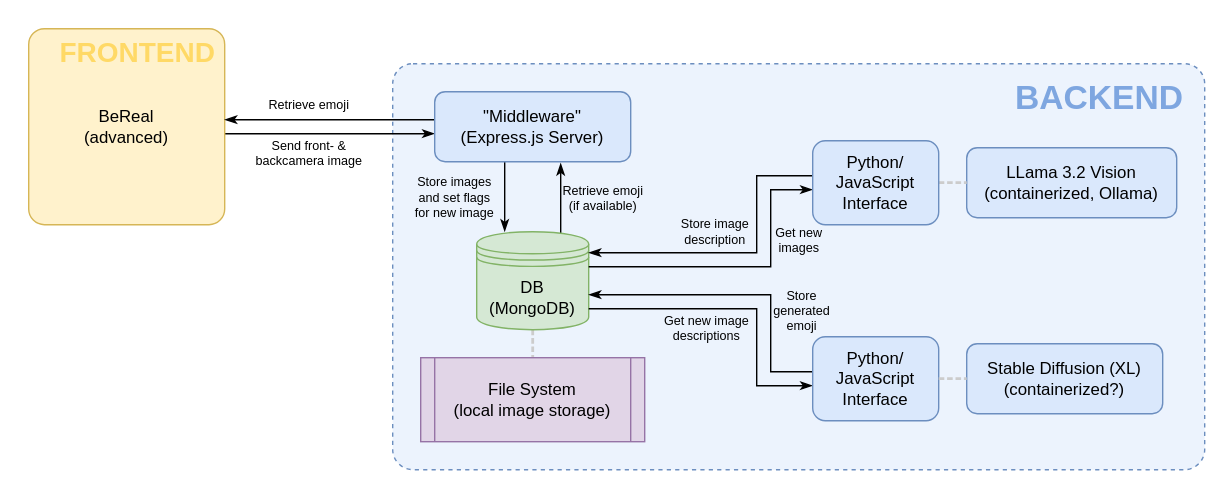
Earlier version of the draw.io export infrastructure.svg (Emotion2Emoji-LMU-ACP-WS24-25/Docker-Compose). Source tidied: cells renumbered, new cells last; positions are measured from the earlier drawing's top-left corner, leaving out a move shared by most shapes. Its diagram source:
```xml
<mxGraphModel>
  <root>
    <mxCell id="0" />
    <mxCell id="1" parent="0" />
    <mxCell id="2" style="rounded=0;whiteSpace=wrap;html=1;strokeColor=none;" parent="1" vertex="1">
      <mxGeometry width="880" height="355" as="geometry" />
    </mxCell>
    <mxCell id="3" style="rounded=1;whiteSpace=wrap;html=1;arcSize=5;fillColor=#dae8fc;strokeColor=#6c8ebf;dashed=1;glass=0;fillOpacity=50;" parent="1" vertex="1">
      <mxGeometry x="280" y="45" width="580" height="290" as="geometry" />
    </mxCell>
    <mxCell id="4" value="Send front- &amp;amp;&lt;br&gt;backcamera image" style="edgeStyle=orthogonalEdgeStyle;rounded=0;orthogonalLoop=1;jettySize=auto;html=1;endArrow=classicThin;endFill=1;fontSize=9;" parent="1" edge="1">
      <mxGeometry x="-0.2" y="-14" relative="1" as="geometry">
        <mxPoint x="160" y="95" as="sourcePoint" />
        <mxPoint x="310" y="95" as="targetPoint" />
      </mxGeometry>
    </mxCell>
    <mxCell id="5" value="BeReal&lt;br&gt;(advanced)" style="rounded=1;whiteSpace=wrap;html=1;fillColor=#fff2cc;strokeColor=#d6b656;arcSize=8;" parent="1" vertex="1">
      <mxGeometry x="20" y="20" width="140" height="140" as="geometry" />
    </mxCell>
    <mxCell id="6" value="&lt;div&gt;Store images&lt;/div&gt;&lt;div&gt;and set flags&lt;br&gt;for new image&lt;/div&gt;" style="edgeStyle=orthogonalEdgeStyle;rounded=0;orthogonalLoop=1;jettySize=auto;html=1;endArrow=classicThin;endFill=1;fontSize=9;labelBackgroundColor=none;" parent="1" edge="1">
      <mxGeometry x="0.04" y="-36" relative="1" as="geometry">
        <mxPoint x="360" y="115" as="sourcePoint" />
        <mxPoint x="360" y="165" as="targetPoint" />
      </mxGeometry>
    </mxCell>
    <mxCell id="7" style="edgeStyle=orthogonalEdgeStyle;rounded=0;jettySize=auto;html=1;endArrow=none;endFill=0;dashed=1;dashPattern=1 2;strokeWidth=2;jumpSize=6;strokeColor=#CCCCCC;" parent="1" edge="1" source="14" target="8">
      <mxGeometry relative="1" as="geometry" />
    </mxCell>
    <mxCell id="8" value="File System&lt;br&gt;(local image storage)" style="shape=process;whiteSpace=wrap;html=1;backgroundOutline=1;size=0.0625;fillColor=#e1d5e7;strokeColor=#9673a6;" parent="1" vertex="1">
      <mxGeometry x="300" y="255" width="160" height="60" as="geometry" />
    </mxCell>
    <mxCell id="9" value="&lt;div&gt;LLama 3.2 Vision&lt;/div&gt;&lt;div&gt;(containerized, Ollama)&lt;br&gt;&lt;/div&gt;" style="rounded=1;whiteSpace=wrap;html=1;fillColor=#dae8fc;strokeColor=#6c8ebf;" parent="1" vertex="1">
      <mxGeometry x="690" y="105" width="150" height="50" as="geometry" />
    </mxCell>
    <mxCell id="10" value="&lt;div&gt;Stable Diffusion (XL)&lt;br&gt;&lt;/div&gt;&lt;div&gt;(containerized?)&lt;br&gt;&lt;/div&gt;" style="rounded=1;whiteSpace=wrap;html=1;fillColor=#dae8fc;strokeColor=#6c8ebf;" parent="1" vertex="1">
      <mxGeometry x="690" y="245" width="140" height="50" as="geometry" />
    </mxCell>
    <mxCell id="11" value="Retrieve emoji" style="edgeStyle=orthogonalEdgeStyle;rounded=0;orthogonalLoop=1;jettySize=auto;html=1;endArrow=none;endFill=0;startArrow=classicThin;startFill=1;fontSize=9;" parent="1" edge="1">
      <mxGeometry x="-0.2" y="10" relative="1" as="geometry">
        <mxPoint x="160" y="85" as="sourcePoint" />
        <mxPoint x="310" y="85" as="targetPoint" />
      </mxGeometry>
    </mxCell>
    <mxCell id="12" value="Retrieve emoji&lt;br&gt;(if available)" style="edgeStyle=orthogonalEdgeStyle;rounded=0;orthogonalLoop=1;jettySize=auto;html=1;endArrow=none;endFill=0;startArrow=classicThin;startFill=1;fontSize=9;labelBackgroundColor=none;" parent="1" edge="1">
      <mxGeometry y="30" relative="1" as="geometry">
        <mxPoint x="400" y="116" as="sourcePoint" />
        <mxPoint x="400" y="166" as="targetPoint" />
      </mxGeometry>
    </mxCell>
    <mxCell id="13" value="&quot;Middleware&quot;&lt;br&gt;(Express.js Server)" style="rounded=1;whiteSpace=wrap;html=1;fillColor=#dae8fc;strokeColor=#6c8ebf;" parent="1" vertex="1">
      <mxGeometry x="310" y="65" width="140" height="50" as="geometry" />
    </mxCell>
    <mxCell id="14" value="&lt;div&gt;DB&lt;/div&gt;&lt;div&gt;(MongoDB)&lt;br&gt;&lt;/div&gt;" style="shape=datastore;whiteSpace=wrap;html=1;fillColor=#d5e8d4;strokeColor=#82b366;" parent="1" vertex="1">
      <mxGeometry x="340" y="165" width="80" height="70" as="geometry" />
    </mxCell>
    <mxCell id="15" value="&lt;div&gt;Store image&lt;br&gt;description&lt;/div&gt;" style="edgeStyle=orthogonalEdgeStyle;rounded=0;orthogonalLoop=1;jettySize=auto;html=1;endArrow=none;endFill=0;fontSize=9;startArrow=classicThin;startFill=1;labelBackgroundColor=none;" parent="1" edge="1">
      <mxGeometry x="-0.16" y="15" relative="1" as="geometry">
        <mxPoint x="420" y="180" as="sourcePoint" />
        <mxPoint x="580" y="125" as="targetPoint" />
        <Array as="points">
          <mxPoint x="540" y="180" />
          <mxPoint x="540" y="125" />
        </Array>
      </mxGeometry>
    </mxCell>
    <mxCell id="16" value="Get new&lt;br&gt;images" style="edgeStyle=orthogonalEdgeStyle;rounded=0;orthogonalLoop=1;jettySize=auto;html=1;endArrow=classicThin;endFill=1;fontSize=9;startArrow=none;startFill=0;targetPerimeterSpacing=0;labelBackgroundColor=none;" parent="1" edge="1">
      <mxGeometry x="0.39" y="-20" relative="1" as="geometry">
        <mxPoint x="420" y="190" as="sourcePoint" />
        <mxPoint x="580" y="135" as="targetPoint" />
        <Array as="points">
          <mxPoint x="550" y="190" />
          <mxPoint x="550" y="135" />
        </Array>
      </mxGeometry>
    </mxCell>
    <mxCell id="17" value="Get new image&lt;br&gt;descriptions" style="edgeStyle=orthogonalEdgeStyle;rounded=0;orthogonalLoop=1;jettySize=auto;html=1;endArrow=classicThin;endFill=1;fontSize=9;startArrow=none;startFill=0;targetPerimeterSpacing=0;labelBackgroundColor=none;" parent="1" edge="1">
      <mxGeometry x="-0.22" y="-14" relative="1" as="geometry">
        <mxPoint x="420" y="220" as="sourcePoint" />
        <mxPoint x="580" y="275" as="targetPoint" />
        <Array as="points">
          <mxPoint x="540" y="220" />
          <mxPoint x="540" y="275" />
        </Array>
      </mxGeometry>
    </mxCell>
    <mxCell id="18" value="&lt;div&gt;Store&lt;/div&gt;&lt;div&gt;generated&lt;/div&gt;emoji" style="edgeStyle=orthogonalEdgeStyle;rounded=0;orthogonalLoop=1;jettySize=auto;html=1;endArrow=none;endFill=0;fontSize=9;startArrow=classicThin;startFill=1;targetPerimeterSpacing=0;labelBackgroundColor=none;" parent="1" edge="1">
      <mxGeometry x="0.32" y="22" relative="1" as="geometry">
        <mxPoint x="420" y="210" as="sourcePoint" />
        <mxPoint x="580" y="265" as="targetPoint" />
        <Array as="points">
          <mxPoint x="550" y="210" />
          <mxPoint x="550" y="265" />
        </Array>
      </mxGeometry>
    </mxCell>
    <mxCell id="19" value="&lt;h1&gt;BACKEND&lt;/h1&gt;" style="text;html=1;align=center;verticalAlign=middle;whiteSpace=wrap;rounded=0;fontColor=#7EA6E0;" parent="1" vertex="1">
      <mxGeometry x="720" y="55" width="130" height="30" as="geometry" />
    </mxCell>
    <mxCell id="20" value="&lt;div&gt;FRONTEND&lt;/div&gt;" style="text;html=1;align=center;verticalAlign=middle;whiteSpace=wrap;rounded=0;fontColor=#FFD966;fontSize=20;fontStyle=1;" parent="1" vertex="1">
      <mxGeometry x="38" y="21" width="120" height="30" as="geometry" />
    </mxCell>
    <mxCell id="21" style="edgeStyle=orthogonalEdgeStyle;rounded=0;jettySize=auto;html=1;endArrow=none;endFill=0;strokeColor=#CCCCCC;strokeWidth=2;dashed=1;dashPattern=1 2;" parent="1" edge="1" source="22" target="9">
      <mxGeometry relative="1" as="geometry" />
    </mxCell>
    <mxCell id="22" value="Python/&lt;br&gt;JavaScript&lt;br&gt;Interface" style="rounded=1;whiteSpace=wrap;html=1;fillColor=#dae8fc;strokeColor=#6c8ebf;" parent="1" vertex="1">
      <mxGeometry x="580" y="100" width="90" height="60" as="geometry" />
    </mxCell>
    <mxCell id="23" value="Python/&lt;br&gt;JavaScript&lt;br&gt;Interface" style="rounded=1;whiteSpace=wrap;html=1;fillColor=#dae8fc;strokeColor=#6c8ebf;" parent="1" vertex="1">
      <mxGeometry x="580" y="240" width="90" height="60" as="geometry" />
    </mxCell>
    <mxCell id="24" style="edgeStyle=orthogonalEdgeStyle;rounded=0;jettySize=auto;html=1;endArrow=none;endFill=0;strokeColor=#CCCCCC;strokeWidth=2;dashed=1;dashPattern=1 2;" parent="1" edge="1" source="23" target="10">
      <mxGeometry relative="1" as="geometry" />
    </mxCell>
  </root>
</mxGraphModel>
```
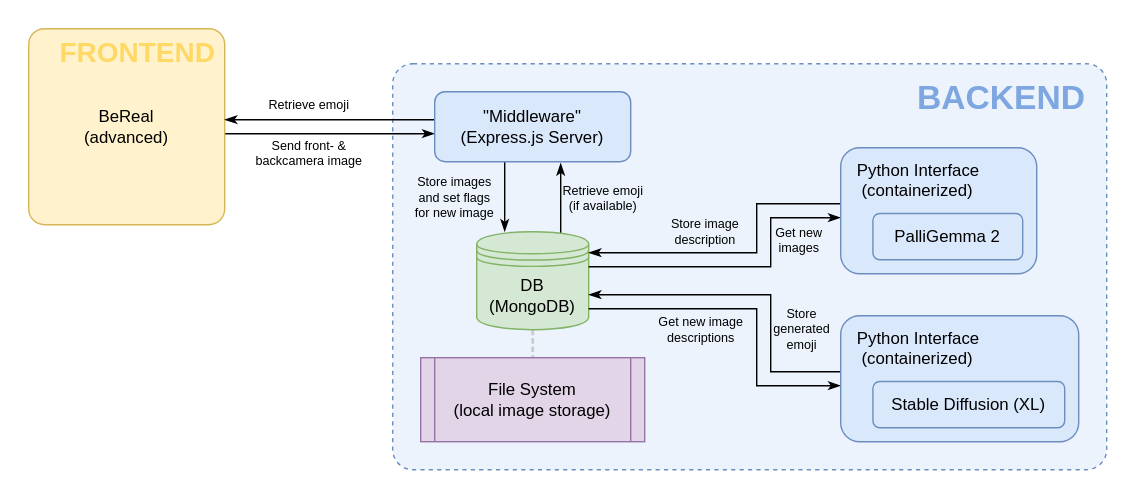
After the commit.

Diff of the diagram source:
```diff
@@ -3,10 +3,10 @@
     <mxCell id="0" />
     <mxCell id="1" parent="0" />
     <mxCell id="2" style="rounded=0;whiteSpace=wrap;html=1;strokeColor=none;" parent="1" vertex="1">
-      <mxGeometry width="880" height="355" as="geometry" />
+      <mxGeometry width="810" height="355" as="geometry" />
     </mxCell>
     <mxCell id="3" style="rounded=1;whiteSpace=wrap;html=1;arcSize=5;fillColor=#dae8fc;strokeColor=#6c8ebf;dashed=1;glass=0;fillOpacity=50;" parent="1" vertex="1">
-      <mxGeometry x="280" y="45" width="580" height="290" as="geometry" />
+      <mxGeometry x="280" y="45" width="510" height="290" as="geometry" />
     </mxCell>
     <mxCell id="4" value="Send front- &amp;amp;&lt;br&gt;backcamera image" style="edgeStyle=orthogonalEdgeStyle;rounded=0;orthogonalLoop=1;jettySize=auto;html=1;endArrow=classicThin;endFill=1;fontSize=9;" parent="1" edge="1">
       <mxGeometry x="-0.2" y="-14" relative="1" as="geometry">
@@ -23,93 +23,93 @@
         <mxPoint x="360" y="165" as="targetPoint" />
       </mxGeometry>
     </mxCell>
-    <mxCell id="7" style="edgeStyle=orthogonalEdgeStyle;rounded=0;jettySize=auto;html=1;endArrow=none;endFill=0;dashed=1;dashPattern=1 2;strokeWidth=2;jumpSize=6;strokeColor=#CCCCCC;" parent="1" edge="1" source="14" target="8">
+    <mxCell id="7" style="edgeStyle=orthogonalEdgeStyle;rounded=0;jettySize=auto;html=1;endArrow=none;endFill=0;dashed=1;dashPattern=1 2;strokeWidth=2;jumpSize=6;strokeColor=#CCCCCC;" parent="1" edge="1" source="12" target="8">
       <mxGeometry relative="1" as="geometry" />
     </mxCell>
     <mxCell id="8" value="File System&lt;br&gt;(local image storage)" style="shape=process;whiteSpace=wrap;html=1;backgroundOutline=1;size=0.0625;fillColor=#e1d5e7;strokeColor=#9673a6;" parent="1" vertex="1">
       <mxGeometry x="300" y="255" width="160" height="60" as="geometry" />
     </mxCell>
-    <mxCell id="9" value="&lt;div&gt;LLama 3.2 Vision&lt;/div&gt;&lt;div&gt;(containerized, Ollama)&lt;br&gt;&lt;/div&gt;" style="rounded=1;whiteSpace=wrap;html=1;fillColor=#dae8fc;strokeColor=#6c8ebf;" parent="1" vertex="1">
-      <mxGeometry x="690" y="105" width="150" height="50" as="geometry" />
+    <mxCell id="9" value="Retrieve emoji" style="edgeStyle=orthogonalEdgeStyle;rounded=0;orthogonalLoop=1;jettySize=auto;html=1;endArrow=none;endFill=0;startArrow=classicThin;startFill=1;fontSize=9;" parent="1" edge="1">
+      <mxGeometry x="-0.2" y="10" relative="1" as="geometry">
+        <mxPoint x="160" y="85" as="sourcePoint" />
+        <mxPoint x="310" y="85" as="targetPoint" />
+      </mxGeometry>
     </mxCell>
-    <mxCell id="10" value="&lt;div&gt;Stable Diffusion (XL)&lt;br&gt;&lt;/div&gt;&lt;div&gt;(containerized?)&lt;br&gt;&lt;/div&gt;" style="rounded=1;whiteSpace=wrap;html=1;fillColor=#dae8fc;strokeColor=#6c8ebf;" parent="1" vertex="1">
-      <mxGeometry x="690" y="245" width="140" height="50" as="geometry" />
+    <mxCell id="10" value="Retrieve emoji&lt;br&gt;(if available)" style="edgeStyle=orthogonalEdgeStyle;rounded=0;orthogonalLoop=1;jettySize=auto;html=1;endArrow=none;endFill=0;startArrow=classicThin;startFill=1;fontSize=9;labelBackgroundColor=none;" parent="1" edge="1">
+      <mxGeometry y="30" relative="1" as="geometry">
+        <mxPoint x="400" y="116" as="sourcePoint" />
+        <mxPoint x="400" y="166" as="targetPoint" />
+      </mxGeometry>
     </mxCell>
-    <mxCell id="11" value="Retrieve emoji" style="edgeStyle=orthogonalEdgeStyle;rounded=0;orthogonalLoop=1;jettySize=auto;html=1;endArrow=none;endFill=0;startArrow=classicThin;startFill=1;fontSize=9;" parent="1" edge="1">
-      <mxGeometry x="-0.2" y="10" relative="1" as="geometry">
-        <mxPoint x="160" y="85" as="sourcePoint" />
-        <mxPoint x="310" y="85" as="targetPoint" />
-      </mxGeometry>
+    <mxCell id="11" value="&quot;Middleware&quot;&lt;br&gt;(Express.js Server)" style="rounded=1;whiteSpace=wrap;html=1;fillColor=#dae8fc;strokeColor=#6c8ebf;" parent="1" vertex="1">
+      <mxGeometry x="310" y="65" width="140" height="50" as="geometry" />
     </mxCell>
-    <mxCell id="12" value="Retrieve emoji&lt;br&gt;(if available)" style="edgeStyle=orthogonalEdgeStyle;rounded=0;orthogonalLoop=1;jettySize=auto;html=1;endArrow=none;endFill=0;startArrow=classicThin;startFill=1;fontSize=9;labelBackgroundColor=none;" parent="1" edge="1">
-      <mxGeometry y="30" relative="1" as="geometry">
-        <mxPoint x="400" y="116" as="sourcePoint" />
-        <mxPoint x="400" y="166" as="targetPoint" />
-      </mxGeometry>
+    <mxCell id="12" value="&lt;div&gt;DB&lt;/div&gt;&lt;div&gt;(MongoDB)&lt;br&gt;&lt;/div&gt;" style="shape=datastore;whiteSpace=wrap;html=1;fillColor=#d5e8d4;strokeColor=#82b366;" parent="1" vertex="1">
+      <mxGeometry x="340" y="165" width="80" height="70" as="geometry" />
     </mxCell>
-    <mxCell id="13" value="&quot;Middleware&quot;&lt;br&gt;(Express.js Server)" style="rounded=1;whiteSpace=wrap;html=1;fillColor=#dae8fc;strokeColor=#6c8ebf;" parent="1" vertex="1">
-      <mxGeometry x="310" y="65" width="140" height="50" as="geometry" />
+    <mxCell id="13" value="&lt;div&gt;Store image&lt;br&gt;description&lt;/div&gt;" style="edgeStyle=orthogonalEdgeStyle;rounded=0;orthogonalLoop=1;jettySize=auto;html=1;endArrow=none;endFill=0;fontSize=9;startArrow=classicThin;startFill=1;labelBackgroundColor=none;" parent="1" edge="1">
+      <mxGeometry x="-0.23" y="15" relative="1" as="geometry">
+        <mxPoint x="420" y="180" as="sourcePoint" />
+        <mxPoint x="600" y="145" as="targetPoint" />
+        <Array as="points">
+          <mxPoint x="540" y="180" />
+          <mxPoint x="540" y="145" />
+        </Array>
+      </mxGeometry>
     </mxCell>
-    <mxCell id="14" value="&lt;div&gt;DB&lt;/div&gt;&lt;div&gt;(MongoDB)&lt;br&gt;&lt;/div&gt;" style="shape=datastore;whiteSpace=wrap;html=1;fillColor=#d5e8d4;strokeColor=#82b366;" parent="1" vertex="1">
-      <mxGeometry x="340" y="165" width="80" height="70" as="geometry" />
+    <mxCell id="14" value="Get new&lt;br&gt;images" style="edgeStyle=orthogonalEdgeStyle;rounded=0;orthogonalLoop=1;jettySize=auto;html=1;endArrow=classicThin;endFill=1;fontSize=9;startArrow=none;startFill=0;targetPerimeterSpacing=0;labelBackgroundColor=none;" parent="1" edge="1">
+      <mxGeometry x="0.39" y="-20" relative="1" as="geometry">
+        <mxPoint x="420" y="190" as="sourcePoint" />
+        <mxPoint x="600" y="155" as="targetPoint" />
+        <Array as="points">
+          <mxPoint x="550" y="190" />
+          <mxPoint x="550" y="155" />
+        </Array>
+      </mxGeometry>
     </mxCell>
-    <mxCell id="15" value="&lt;div&gt;Store image&lt;br&gt;description&lt;/div&gt;" style="edgeStyle=orthogonalEdgeStyle;rounded=0;orthogonalLoop=1;jettySize=auto;html=1;endArrow=none;endFill=0;fontSize=9;startArrow=classicThin;startFill=1;labelBackgroundColor=none;" parent="1" edge="1">
-      <mxGeometry x="-0.16" y="15" relative="1" as="geometry">
-        <mxPoint x="420" y="180" as="sourcePoint" />
-        <mxPoint x="580" y="125" as="targetPoint" />
+    <mxCell id="15" value="Get new image&lt;br&gt;descriptions" style="edgeStyle=orthogonalEdgeStyle;rounded=0;orthogonalLoop=1;jettySize=auto;html=1;endArrow=classicThin;endFill=1;fontSize=9;startArrow=none;startFill=0;targetPerimeterSpacing=0;labelBackgroundColor=none;" parent="1" edge="1">
+      <mxGeometry x="-0.32" y="-15" relative="1" as="geometry">
+        <mxPoint x="420" y="220" as="sourcePoint" />
+        <mxPoint x="600" y="275" as="targetPoint" />
         <Array as="points">
-          <mxPoint x="540" y="180" />
-          <mxPoint x="540" y="125" />
+          <mxPoint x="540" y="220" />
+          <mxPoint x="540" y="275" />
         </Array>
       </mxGeometry>
     </mxCell>
-    <mxCell id="16" value="Get new&lt;br&gt;images" style="edgeStyle=orthogonalEdgeStyle;rounded=0;orthogonalLoop=1;jettySize=auto;html=1;endArrow=classicThin;endFill=1;fontSize=9;startArrow=none;startFill=0;targetPerimeterSpacing=0;labelBackgroundColor=none;" parent="1" edge="1">
-      <mxGeometry x="0.39" y="-20" relative="1" as="geometry">
-        <mxPoint x="420" y="190" as="sourcePoint" />
-        <mxPoint x="580" y="135" as="targetPoint" />
+    <mxCell id="16" value="&lt;div&gt;Store&lt;/div&gt;&lt;div&gt;generated&lt;/div&gt;emoji" style="edgeStyle=orthogonalEdgeStyle;rounded=0;orthogonalLoop=1;jettySize=auto;html=1;endArrow=none;endFill=0;fontSize=9;startArrow=classicThin;startFill=1;targetPerimeterSpacing=0;labelBackgroundColor=none;" parent="1" edge="1">
+      <mxGeometry x="0.32" y="22" relative="1" as="geometry">
+        <mxPoint x="420" y="210" as="sourcePoint" />
+        <mxPoint x="600" y="265" as="targetPoint" />
         <Array as="points">
-          <mxPoint x="550" y="190" />
-          <mxPoint x="550" y="135" />
+          <mxPoint x="550" y="210" />
+          <mxPoint x="550" y="265" />
         </Array>
       </mxGeometry>
     </mxCell>
-    <mxCell id="17" value="Get new image&lt;br&gt;descriptions" style="edgeStyle=orthogonalEdgeStyle;rounded=0;orthogonalLoop=1;jettySize=auto;html=1;endArrow=classicThin;endFill=1;fontSize=9;startArrow=none;startFill=0;targetPerimeterSpacing=0;labelBackgroundColor=none;" parent="1" edge="1">
-      <mxGeometry x="-0.22" y="-14" relative="1" as="geometry">
-        <mxPoint x="420" y="220" as="sourcePoint" />
-        <mxPoint x="580" y="275" as="targetPoint" />
-        <Array as="points">
-          <mxPoint x="540" y="220" />
-          <mxPoint x="540" y="275" />
-        </Array>
-      </mxGeometry>
+    <mxCell id="17" value="&lt;h1&gt;BACKEND&lt;/h1&gt;" style="text;html=1;align=center;verticalAlign=middle;whiteSpace=wrap;rounded=0;fontColor=#7EA6E0;" parent="1" vertex="1">
+      <mxGeometry x="650" y="55" width="130" height="30" as="geometry" />
     </mxCell>
-    <mxCell id="18" value="&lt;div&gt;Store&lt;/div&gt;&lt;div&gt;generated&lt;/div&gt;emoji" style="edgeStyle=orthogonalEdgeStyle;rounded=0;orthogonalLoop=1;jettySize=auto;html=1;endArrow=none;endFill=0;fontSize=9;startArrow=classicThin;startFill=1;targetPerimeterSpacing=0;labelBackgroundColor=none;" parent="1" edge="1">
-      <mxGeometry x="0.32" y="22" relative="1" as="geometry">
-        <mxPoint x="420" y="210" as="sourcePoint" />
-        <mxPoint x="580" y="265" as="targetPoint" />
-        <Array as="points">
-          <mxPoint x="550" y="210" />
-          <mxPoint x="550" y="265" />
-        </Array>
-      </mxGeometry>
+    <mxCell id="18" value="&lt;div&gt;FRONTEND&lt;/div&gt;" style="text;html=1;align=center;verticalAlign=middle;whiteSpace=wrap;rounded=0;fontColor=#FFD966;fontSize=20;fontStyle=1;" parent="1" vertex="1">
+      <mxGeometry x="38" y="21" width="120" height="30" as="geometry" />
     </mxCell>
-    <mxCell id="19" value="&lt;h1&gt;BACKEND&lt;/h1&gt;" style="text;html=1;align=center;verticalAlign=middle;whiteSpace=wrap;rounded=0;fontColor=#7EA6E0;" parent="1" vertex="1">
-      <mxGeometry x="720" y="55" width="130" height="30" as="geometry" />
+    <mxCell id="19" style="group;" parent="1" vertex="1">
+      <mxGeometry x="600" y="105" width="140" height="90" as="geometry" />
     </mxCell>
-    <mxCell id="20" value="&lt;div&gt;FRONTEND&lt;/div&gt;" style="text;html=1;align=center;verticalAlign=middle;whiteSpace=wrap;rounded=0;fontColor=#FFD966;fontSize=20;fontStyle=1;" parent="1" vertex="1">
-      <mxGeometry x="38" y="21" width="120" height="30" as="geometry" />
+    <mxCell id="20" value="&lt;div align=&quot;left&quot;&gt;&amp;nbsp;&amp;nbsp; Python Interface&lt;/div&gt;&lt;div align=&quot;left&quot;&gt;&amp;nbsp;&amp;nbsp;&amp;nbsp; (containerized)&lt;/div&gt;&lt;div align=&quot;left&quot;&gt;&lt;br&gt;&lt;/div&gt;&lt;div align=&quot;left&quot;&gt;&lt;br&gt;&lt;/div&gt;&lt;div align=&quot;left&quot;&gt;&lt;br&gt;&lt;/div&gt;" style="rounded=1;whiteSpace=wrap;html=1;fillColor=#dae8fc;strokeColor=#6c8ebf;align=left;" parent="19" vertex="1">
+      <mxGeometry width="140" height="90" as="geometry" />
     </mxCell>
-    <mxCell id="21" style="edgeStyle=orthogonalEdgeStyle;rounded=0;jettySize=auto;html=1;endArrow=none;endFill=0;strokeColor=#CCCCCC;strokeWidth=2;dashed=1;dashPattern=1 2;" parent="1" edge="1" source="22" target="9">
-      <mxGeometry relative="1" as="geometry" />
+    <mxCell id="21" value="PalliGemma 2" style="rounded=1;whiteSpace=wrap;html=1;fillColor=#dae8fc;strokeColor=#6c8ebf;" parent="19" vertex="1">
+      <mxGeometry x="23" y="47" width="107" height="33" as="geometry" />
     </mxCell>
-    <mxCell id="22" value="Python/&lt;br&gt;JavaScript&lt;br&gt;Interface" style="rounded=1;whiteSpace=wrap;html=1;fillColor=#dae8fc;strokeColor=#6c8ebf;" parent="1" vertex="1">
-      <mxGeometry x="580" y="100" width="90" height="60" as="geometry" />
+    <mxCell id="22" style="group;" parent="1" vertex="1">
+      <mxGeometry x="600" y="225" width="170" height="90" as="geometry" />
     </mxCell>
-    <mxCell id="23" value="Python/&lt;br&gt;JavaScript&lt;br&gt;Interface" style="rounded=1;whiteSpace=wrap;html=1;fillColor=#dae8fc;strokeColor=#6c8ebf;" parent="1" vertex="1">
-      <mxGeometry x="580" y="240" width="90" height="60" as="geometry" />
+    <mxCell id="23" value="&lt;div align=&quot;left&quot;&gt;&amp;nbsp;&amp;nbsp; Python Interface&lt;/div&gt;&lt;div align=&quot;left&quot;&gt;&amp;nbsp;&amp;nbsp;&amp;nbsp; (containerized)&lt;/div&gt;&lt;div align=&quot;left&quot;&gt;&lt;br&gt;&lt;/div&gt;&lt;div align=&quot;left&quot;&gt;&lt;br&gt;&lt;/div&gt;&lt;div align=&quot;left&quot;&gt;&lt;br&gt;&lt;/div&gt;" style="rounded=1;whiteSpace=wrap;html=1;fillColor=#dae8fc;strokeColor=#6c8ebf;align=left;" parent="22" vertex="1">
+      <mxGeometry width="170" height="90" as="geometry" />
     </mxCell>
-    <mxCell id="24" style="edgeStyle=orthogonalEdgeStyle;rounded=0;jettySize=auto;html=1;endArrow=none;endFill=0;strokeColor=#CCCCCC;strokeWidth=2;dashed=1;dashPattern=1 2;" parent="1" edge="1" source="23" target="10">
-      <mxGeometry relative="1" as="geometry" />
+    <mxCell id="24" value="&lt;div&gt;Stable Diffusion (XL)&lt;/div&gt;" style="rounded=1;whiteSpace=wrap;html=1;fillColor=#dae8fc;strokeColor=#6c8ebf;" parent="22" vertex="1">
+      <mxGeometry x="23" y="47" width="137" height="33" as="geometry" />
     </mxCell>
   </root>
 </mxGraphModel>
```
